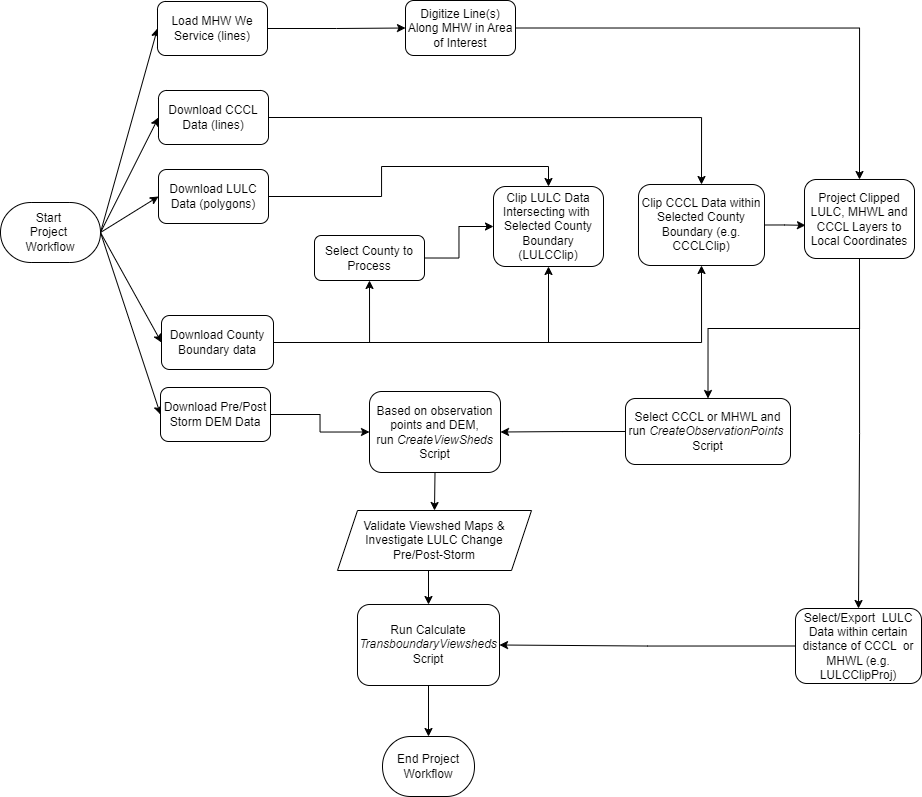
This is ProjectWorkflow.drawio.png from RAIN-LX/ViewshedCalculator, a draw.io export, as it was before one commit. Source tidied: cells renumbered, new cells last; positions are measured from the earlier drawing's top-left corner, leaving out a move shared by most shapes.
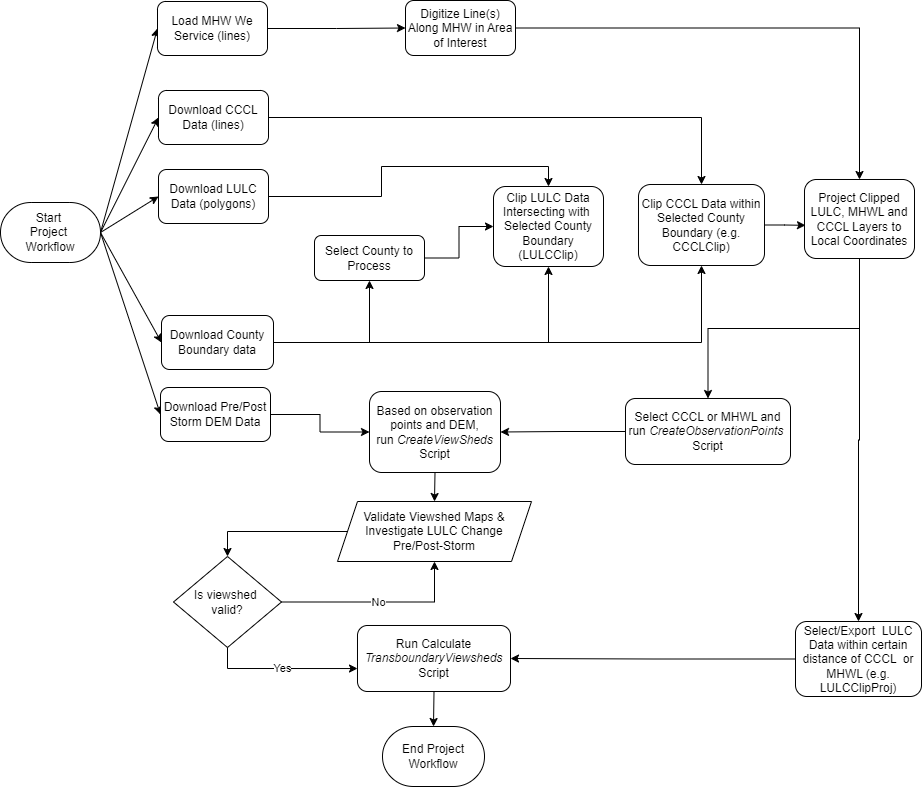
The same file after the commit.

Commit message:
Viewshed validation process refinement

Change to the diagram source:
```diff
@@ -63,7 +63,7 @@
       <mxGeometry relative="1" as="geometry" />
     </mxCell>
     <mxCell id="20" value="&lt;div&gt;Select/Export&amp;nbsp; LULC Data within certain distance of CCCL&amp;nbsp; or MHWL&amp;nbsp;(e.g. LULCClipProj)&lt;/div&gt;" style="rounded=1;whiteSpace=wrap;html=1;" parent="1" vertex="1">
-      <mxGeometry x="795" y="608" width="126" height="75" as="geometry" />
+      <mxGeometry x="795" y="621" width="126" height="75" as="geometry" />
     </mxCell>
     <mxCell id="21" value="&lt;div&gt;Clip CCCL Data within Selected County Boundary (e.g. CCCLClip)&lt;/div&gt;" style="rounded=1;whiteSpace=wrap;html=1;" parent="1" vertex="1">
       <mxGeometry x="638" y="184" width="126" height="81" as="geometry" />
@@ -80,17 +80,17 @@
     <mxCell id="25" value="&lt;div&gt;Based on observation points and DEM, run&amp;nbsp;&lt;i&gt;CreateViewSheds &lt;/i&gt;Script&lt;/div&gt;" style="rounded=1;whiteSpace=wrap;html=1;" parent="1" vertex="1">
       <mxGeometry x="369" y="391" width="131" height="81" as="geometry" />
     </mxCell>
-    <mxCell id="26" style="edgeStyle=orthogonalEdgeStyle;rounded=0;jettySize=auto;html=1;exitX=0.5;exitY=1;exitDx=0;exitDy=0;entryX=0.5;entryY=0;entryDx=0;entryDy=0;" parent="1" edge="1" source="27" target="28">
-      <mxGeometry relative="1" as="geometry" />
-    </mxCell>
+    <mxCell id="41" style="edgeStyle=orthogonalEdgeStyle;rounded=0;jettySize=auto;html=1;exitX=0;exitY=0.5;exitDx=0;exitDy=0;entryX=0.5;entryY=0;entryDx=0;entryDy=0;" parent="1" edge="1" source="27" target="43">
+      <mxGeometry relative="1" as="geometry" />
+    </mxCell>
     <mxCell id="27" value="Validate Viewshed Maps &amp;amp;&lt;div&gt;Investigate LULC Change&lt;/div&gt;&lt;div&gt;Pre/Post-Storm&lt;/div&gt;" style="shape=parallelogram;perimeter=parallelogramPerimeter;whiteSpace=wrap;html=1;fixedSize=1;" parent="1" vertex="1">
-      <mxGeometry x="337" y="510" width="194" height="60" as="geometry" />
+      <mxGeometry x="337" y="501" width="194" height="60" as="geometry" />
     </mxCell>
     <mxCell id="28" value="&lt;div&gt;Run Calculate &lt;i&gt;TransboundaryViewsheds &lt;/i&gt;Script&lt;/div&gt;" style="rounded=1;whiteSpace=wrap;html=1;" parent="1" vertex="1">
-      <mxGeometry x="357" y="604" width="142" height="81" as="geometry" />
+      <mxGeometry x="357" y="625" width="153" height="66" as="geometry" />
     </mxCell>
     <mxCell id="29" value="End Project Workflow" style="strokeWidth=1;html=1;shape=mxgraph.flowchart.terminator;whiteSpace=wrap;" parent="1" vertex="1">
-      <mxGeometry x="382" y="736" width="92" height="60" as="geometry" />
+      <mxGeometry x="382" y="726" width="102" height="60" as="geometry" />
     </mxCell>
     <mxCell id="30" style="edgeStyle=orthogonalEdgeStyle;rounded=0;jettySize=auto;html=1;exitX=0.5;exitY=1;exitDx=0;exitDy=0;entryX=0.5;entryY=0;entryDx=0;entryDy=0;" parent="1" edge="1" source="32" target="20">
       <mxGeometry relative="1" as="geometry" />
@@ -125,5 +125,14 @@
     <mxCell id="40" style="edgeStyle=orthogonalEdgeStyle;rounded=0;jettySize=auto;html=1;exitX=0.5;exitY=1;exitDx=0;exitDy=0;entryX=0.5;entryY=0;entryDx=0;entryDy=0;entryPerimeter=0;" parent="1" edge="1" source="28" target="29">
       <mxGeometry relative="1" as="geometry" />
     </mxCell>
+    <mxCell id="42" value="No" style="edgeStyle=orthogonalEdgeStyle;rounded=0;jettySize=auto;html=1;exitX=1;exitY=0.5;exitDx=0;exitDy=0;entryX=0.5;entryY=1;entryDx=0;entryDy=0;" parent="1" edge="1" source="43" target="27">
+      <mxGeometry relative="1" as="geometry" />
+    </mxCell>
+    <mxCell id="43" value="Is viewshed&amp;nbsp;&lt;div&gt;valid?&lt;/div&gt;" style="rhombus;whiteSpace=wrap;html=1;" parent="1" vertex="1">
+      <mxGeometry x="173" y="556" width="108" height="91" as="geometry" />
+    </mxCell>
+    <mxCell id="44" value="Yes" style="edgeStyle=orthogonalEdgeStyle;rounded=0;jettySize=auto;html=1;exitX=0.5;exitY=1;exitDx=0;exitDy=0;entryX=0;entryY=0.652;entryDx=0;entryDy=0;entryPerimeter=0;" parent="1" edge="1" source="43" target="28">
+      <mxGeometry relative="1" as="geometry" />
+    </mxCell>
   </root>
 </mxGraphModel>
```
